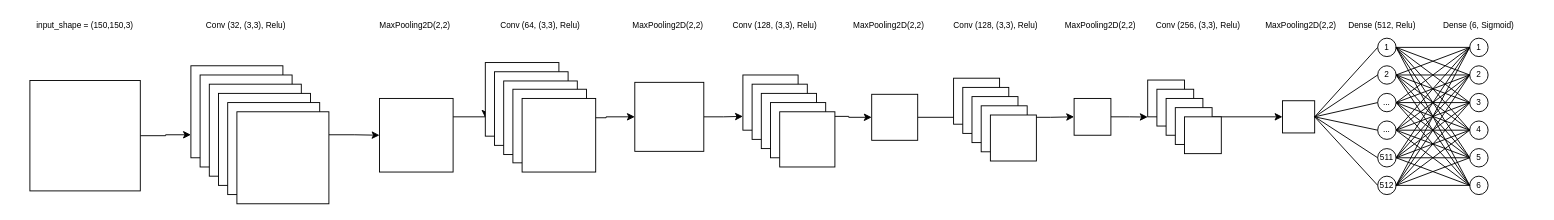
The draw.io diagram page "Modelo 5" (5 of 7) of Semestre 1/Vision Artificial/Final Project/chaos_guitar_detection.drawio in CESARIUX2596/CS-Master, before the edit. Source tidied: cells renumbered, new cells numbered last; positions are measured from the earlier drawing's top-left corner, leaving out a move shared by most shapes. Both pictures are drawn from the tidied source at 92%, with x=0, y=0 at pixel (16, 16).
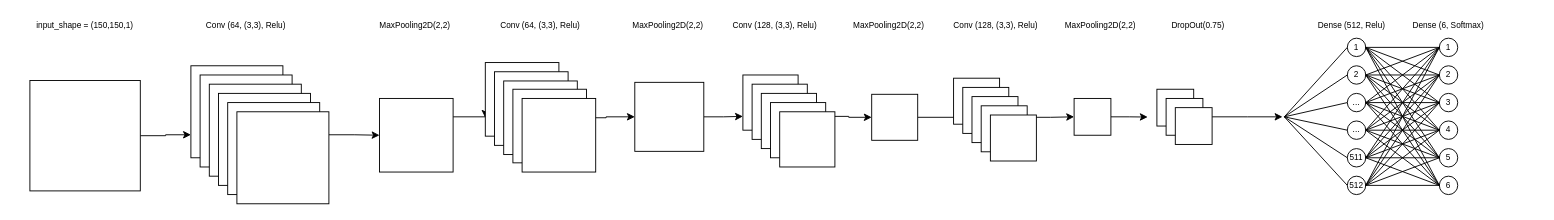
The same diagram, later.

The change refers to these unchanged cells:
```xml
<mxCell id="48" style="whiteSpace=wrap;html=1;fontSize=9;" parent="1" vertex="1">
  <mxGeometry x="1260" y="99.5" width="40" height="40" as="geometry" />
</mxCell>
```

What changed in the source:
```diff
@@
-<mxGraphModel>
+<mxGraphModel background="#ffffff">
@@
-    <mxCell id="5" value="Conv (32, (3,3), Relu)" style="text;html=1;strokeColor=none;fillColor=none;align=center;verticalAlign=middle;whiteSpace=wrap;rounded=0;fontSize=9;" parent="1" vertex="1">
+    <mxCell id="5" value="Conv (64, (3,3), Relu)" style="text;html=1;strokeColor=none;fillColor=none;align=center;verticalAlign=middle;whiteSpace=wrap;rounded=0;fontSize=9;" parent="1" vertex="1">
       <mxGeometry x="185" width="130" height="20" as="geometry" />
     </mxCell>
-    <mxCell id="6" value="input_shape = (150,150,3)" style="text;html=1;strokeColor=none;fillColor=none;align=center;verticalAlign=middle;whiteSpace=wrap;rounded=0;fontSize=9;" parent="1" vertex="1">
+    <mxCell id="6" value="input_shape = (150,150,1)" style="text;html=1;strokeColor=none;fillColor=none;align=center;verticalAlign=middle;whiteSpace=wrap;rounded=0;fontSize=9;" parent="1" vertex="1">
       <mxGeometry width="150" height="20" as="geometry" />
     </mxCell>
@@
-    <mxCell id="44" style="whiteSpace=wrap;html=1;fontSize=9;" parent="1" vertex="1">
-      <mxGeometry x="1230" y="69.5" width="40" height="40" as="geometry" />
-    </mxCell>
@@
-    <mxCell id="47" style="edgeStyle=orthogonalEdgeStyle;rounded=0;jettySize=auto;html=1;exitX=1;exitY=0.25;exitDx=0;exitDy=0;entryX=0;entryY=0.5;entryDx=0;entryDy=0;fontSize=9;" parent="1" edge="1" source="48" target="52">
-      <mxGeometry relative="1" as="geometry" />
+    <mxCell id="47" style="edgeStyle=orthogonalEdgeStyle;rounded=0;jettySize=auto;html=1;exitX=1;exitY=0.25;exitDx=0;exitDy=0;entryX=0;entryY=0.5;entryDx=0;entryDy=0;fontSize=9;" parent="1" edge="1" source="48">
+      <mxGeometry relative="1" as="geometry">
+        <mxPoint x="1376.5" y="109.5" as="targetPoint" />
+      </mxGeometry>
     </mxCell>
@@
-    <mxCell id="49" style="whiteSpace=wrap;html=1;fontSize=9;" parent="1" vertex="1">
-      <mxGeometry x="1270" y="109.5" width="40" height="40" as="geometry" />
-    </mxCell>
-    <mxCell id="50" value="Conv (256, (3,3), Relu)" style="text;html=1;strokeColor=none;fillColor=none;align=center;verticalAlign=middle;whiteSpace=wrap;rounded=0;fontSize=9;" parent="1" vertex="1">
+    <mxCell id="50" value="DropOut(0.75)" style="text;html=1;strokeColor=none;fillColor=none;align=center;verticalAlign=middle;whiteSpace=wrap;rounded=0;fontSize=9;" parent="1" vertex="1">
       <mxGeometry x="1220" width="130" height="20" as="geometry" />
     </mxCell>
-    <mxCell id="51" value="MaxPooling2D(2,2)&amp;nbsp;" style="text;html=1;strokeColor=none;fillColor=none;align=center;verticalAlign=middle;whiteSpace=wrap;rounded=0;fontSize=9;" parent="1" vertex="1">
-      <mxGeometry x="1377.5" width="40" height="20" as="geometry" />
-    </mxCell>
-    <mxCell id="52" style="whiteSpace=wrap;html=1;fontSize=9;" parent="1" vertex="1">
-      <mxGeometry x="1376.5" y="92" width="35" height="35" as="geometry" />
-    </mxCell>
     <mxCell id="53" value="512" style="ellipse;whiteSpace=wrap;html=1;fontSize=9;" parent="1" vertex="1">
-      <mxGeometry x="1480" y="174" width="20" height="20" as="geometry" />
+      <mxGeometry x="1447" y="174" width="20" height="20" as="geometry" />
     </mxCell>
     <mxCell id="54" value="1" style="ellipse;whiteSpace=wrap;html=1;fontSize=9;" parent="1" vertex="1">
-      <mxGeometry x="1480" y="24" width="20" height="20" as="geometry" />
+      <mxGeometry x="1447" y="24" width="20" height="20" as="geometry" />
     </mxCell>
     <mxCell id="55" value="2" style="ellipse;whiteSpace=wrap;html=1;fontSize=9;" parent="1" vertex="1">
-      <mxGeometry x="1480" y="54" width="20" height="20" as="geometry" />
+      <mxGeometry x="1447" y="54" width="20" height="20" as="geometry" />
     </mxCell>
     <mxCell id="56" value="..." style="ellipse;whiteSpace=wrap;html=1;fontSize=9;" parent="1" vertex="1">
-      <mxGeometry x="1480" y="84" width="20" height="20" as="geometry" />
+      <mxGeometry x="1447" y="84" width="20" height="20" as="geometry" />
     </mxCell>
     <mxCell id="57" value="511" style="ellipse;whiteSpace=wrap;html=1;fontSize=9;" parent="1" vertex="1">
-      <mxGeometry x="1480" y="144" width="20" height="20" as="geometry" />
+      <mxGeometry x="1447" y="144" width="20" height="20" as="geometry" />
     </mxCell>
     <mxCell id="58" value="Dense (512, Relu)" style="text;html=1;strokeColor=none;fillColor=none;align=center;verticalAlign=middle;whiteSpace=wrap;rounded=0;fontSize=9;" parent="1" vertex="1">
-      <mxGeometry x="1420" width="130" height="20" as="geometry" />
+      <mxGeometry x="1387" width="130" height="20" as="geometry" />
     </mxCell>
     <mxCell id="59" value="..." style="ellipse;whiteSpace=wrap;html=1;fontSize=9;" parent="1" vertex="1">
-      <mxGeometry x="1480" y="114" width="20" height="20" as="geometry" />
+      <mxGeometry x="1447" y="114" width="20" height="20" as="geometry" />
     </mxCell>
     <mxCell id="60" value="6" style="ellipse;whiteSpace=wrap;html=1;fontSize=9;" parent="1" vertex="1">
-      <mxGeometry x="1580" y="174" width="20" height="20" as="geometry" />
+      <mxGeometry x="1547" y="174" width="20" height="20" as="geometry" />
     </mxCell>
     <mxCell id="61" value="1" style="ellipse;whiteSpace=wrap;html=1;fontSize=9;" parent="1" vertex="1">
-      <mxGeometry x="1580" y="24" width="20" height="20" as="geometry" />
+      <mxGeometry x="1547" y="24" width="20" height="20" as="geometry" />
     </mxCell>
     <mxCell id="62" value="2" style="ellipse;whiteSpace=wrap;html=1;fontSize=9;" parent="1" vertex="1">
-      <mxGeometry x="1580" y="54" width="20" height="20" as="geometry" />
+      <mxGeometry x="1547" y="54" width="20" height="20" as="geometry" />
     </mxCell>
     <mxCell id="63" value="3" style="ellipse;whiteSpace=wrap;html=1;fontSize=9;" parent="1" vertex="1">
-      <mxGeometry x="1580" y="84" width="20" height="20" as="geometry" />
+      <mxGeometry x="1547" y="84" width="20" height="20" as="geometry" />
     </mxCell>
     <mxCell id="64" value="5" style="ellipse;whiteSpace=wrap;html=1;fontSize=9;" parent="1" vertex="1">
-      <mxGeometry x="1580" y="144" width="20" height="20" as="geometry" />
+      <mxGeometry x="1547" y="144" width="20" height="20" as="geometry" />
     </mxCell>
     <mxCell id="65" value="4" style="ellipse;whiteSpace=wrap;html=1;fontSize=9;" parent="1" vertex="1">
-      <mxGeometry x="1580" y="114" width="20" height="20" as="geometry" />
+      <mxGeometry x="1547" y="114" width="20" height="20" as="geometry" />
     </mxCell>
-    <mxCell id="66" value="Dense (6, Sigmoid)" style="text;html=1;strokeColor=none;fillColor=none;align=center;verticalAlign=middle;whiteSpace=wrap;rounded=0;fontSize=9;" parent="1" vertex="1">
-      <mxGeometry x="1525" width="130" height="20" as="geometry" />
+    <mxCell id="66" value="Dense (6, Softmax)" style="text;html=1;strokeColor=none;fillColor=none;align=center;verticalAlign=middle;whiteSpace=wrap;rounded=0;fontSize=9;" parent="1" vertex="1">
+      <mxGeometry x="1492" width="130" height="20" as="geometry" />
     </mxCell>
@@
     <mxCell id="75" style="endArrow=none;html=1;fontSize=9;entryX=0;entryY=0.5;entryDx=0;entryDy=0;" parent="1" edge="1" target="65">
       <mxGeometry relative="1" as="geometry">
-        <mxPoint x="1500" y="34" as="sourcePoint" />
+        <mxPoint x="1467" y="34" as="sourcePoint" />
       </mxGeometry>
     </mxCell>
@@
     <mxCell id="102" style="endArrow=none;html=1;fontSize=9;entryX=0;entryY=0.5;entryDx=0;entryDy=0;" parent="1" edge="1" target="61">
       <mxGeometry relative="1" as="geometry">
-        <mxPoint x="1500" y="184" as="sourcePoint" />
+        <mxPoint x="1467" y="184" as="sourcePoint" />
       </mxGeometry>
     </mxCell>
-    <mxCell id="103" style="endArrow=none;html=1;fontSize=9;entryX=0;entryY=0.5;entryDx=0;entryDy=0;exitX=1;exitY=0.5;exitDx=0;exitDy=0;" parent="1" edge="1" source="52" target="54">
-      <mxGeometry relative="1" as="geometry" />
+    <mxCell id="103" style="endArrow=none;html=1;fontSize=9;entryX=0;entryY=0.5;entryDx=0;entryDy=0;exitX=1;exitY=0.5;exitDx=0;exitDy=0;" parent="1" edge="1" target="54">
+      <mxGeometry relative="1" as="geometry">
+        <mxPoint x="1378.5" y="109.5" as="sourcePoint" />
+      </mxGeometry>
     </mxCell>
-    <mxCell id="104" style="endArrow=none;html=1;fontSize=9;entryX=0;entryY=0.5;entryDx=0;entryDy=0;exitX=1;exitY=0.5;exitDx=0;exitDy=0;" parent="1" edge="1" source="52" target="55">
-      <mxGeometry relative="1" as="geometry" />
+    <mxCell id="104" style="endArrow=none;html=1;fontSize=9;entryX=0;entryY=0.5;entryDx=0;entryDy=0;exitX=1;exitY=0.5;exitDx=0;exitDy=0;" parent="1" edge="1" target="55">
+      <mxGeometry relative="1" as="geometry">
+        <mxPoint x="1378.5" y="109.5" as="sourcePoint" />
+      </mxGeometry>
     </mxCell>
-    <mxCell id="105" style="endArrow=none;html=1;fontSize=9;entryX=0;entryY=0.5;entryDx=0;entryDy=0;exitX=1;exitY=0.5;exitDx=0;exitDy=0;" parent="1" edge="1" source="52" target="56">
-      <mxGeometry relative="1" as="geometry" />
+    <mxCell id="105" style="endArrow=none;html=1;fontSize=9;entryX=0;entryY=0.5;entryDx=0;entryDy=0;exitX=1;exitY=0.5;exitDx=0;exitDy=0;" parent="1" edge="1" target="56">
+      <mxGeometry relative="1" as="geometry">
+        <mxPoint x="1378.5" y="109.5" as="sourcePoint" />
+      </mxGeometry>
     </mxCell>
-    <mxCell id="106" style="endArrow=none;html=1;fontSize=9;entryX=0;entryY=0.5;entryDx=0;entryDy=0;exitX=1;exitY=0.5;exitDx=0;exitDy=0;" parent="1" edge="1" source="52" target="59">
-      <mxGeometry relative="1" as="geometry" />
+    <mxCell id="106" style="endArrow=none;html=1;fontSize=9;entryX=0;entryY=0.5;entryDx=0;entryDy=0;exitX=1;exitY=0.5;exitDx=0;exitDy=0;" parent="1" edge="1" target="59">
+      <mxGeometry relative="1" as="geometry">
+        <mxPoint x="1378.5" y="109.5" as="sourcePoint" />
+      </mxGeometry>
     </mxCell>
-    <mxCell id="107" style="endArrow=none;html=1;fontSize=9;entryX=0;entryY=0.5;entryDx=0;entryDy=0;exitX=1;exitY=0.5;exitDx=0;exitDy=0;" parent="1" edge="1" source="52" target="57">
-      <mxGeometry relative="1" as="geometry" />
+    <mxCell id="107" style="endArrow=none;html=1;fontSize=9;entryX=0;entryY=0.5;entryDx=0;entryDy=0;exitX=1;exitY=0.5;exitDx=0;exitDy=0;" parent="1" edge="1" target="57">
+      <mxGeometry relative="1" as="geometry">
+        <mxPoint x="1378.5" y="109.5" as="sourcePoint" />
+      </mxGeometry>
     </mxCell>
-    <mxCell id="108" style="endArrow=none;html=1;fontSize=9;entryX=0;entryY=0.5;entryDx=0;entryDy=0;exitX=1;exitY=0.5;exitDx=0;exitDy=0;" parent="1" edge="1" source="52" target="53">
-      <mxGeometry relative="1" as="geometry" />
+    <mxCell id="108" style="endArrow=none;html=1;fontSize=9;entryX=0;entryY=0.5;entryDx=0;entryDy=0;exitX=1;exitY=0.5;exitDx=0;exitDy=0;" parent="1" edge="1" target="53">
+      <mxGeometry relative="1" as="geometry">
+        <mxPoint x="1378.5" y="109.5" as="sourcePoint" />
+      </mxGeometry>
     </mxCell>
```
